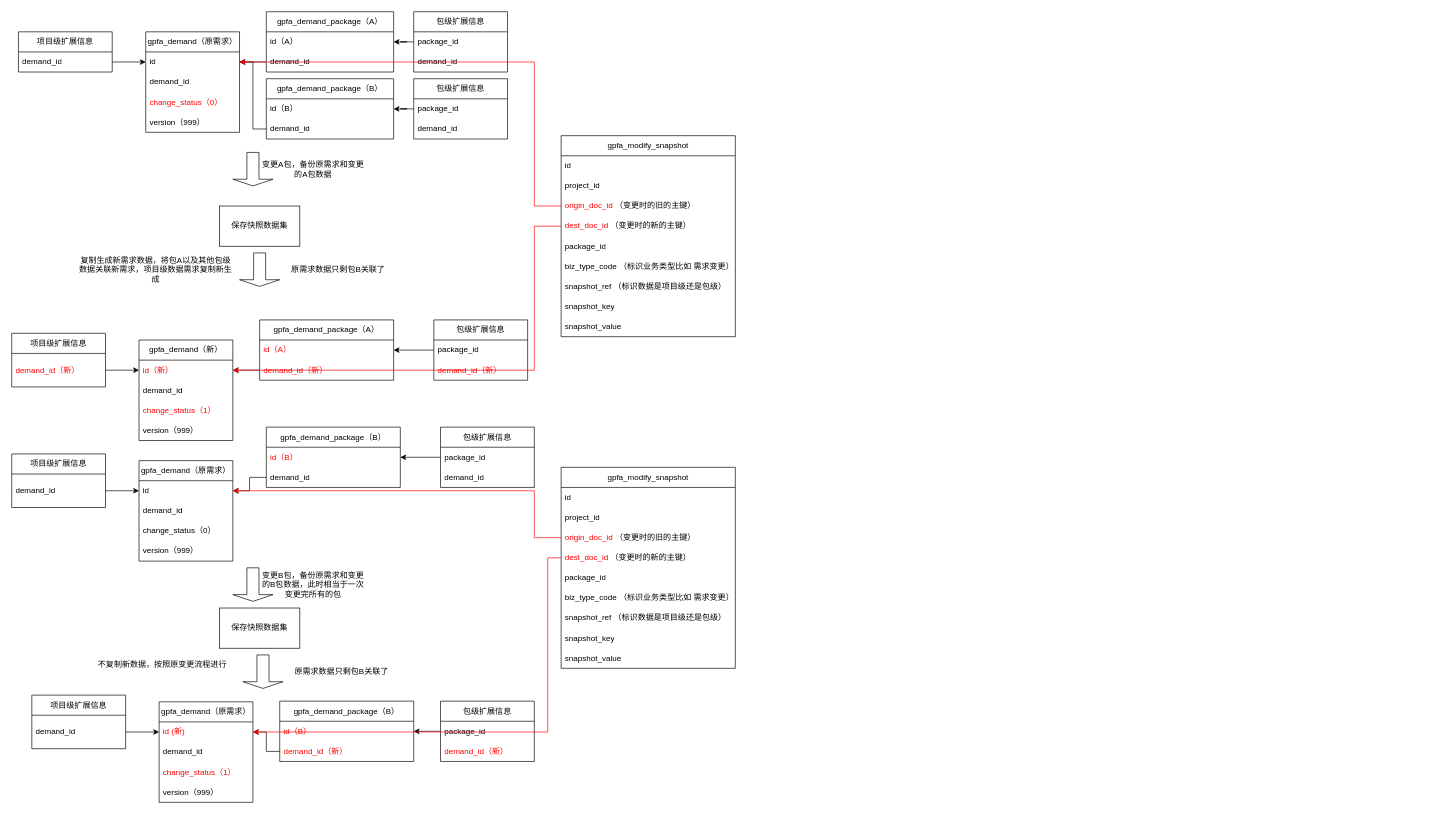
dernight1/draw.io keeps this draw.io diagram as open_modify.drawio. Above is the earlier version. Source tidied: cells renumbered, new cells numbered last; positions are measured from the earlier drawing's top-left corner, leaving out a move shared by most shapes. Both pictures are drawn from the tidied source at 67%, with x=0, y=0 at pixel (11, 11).
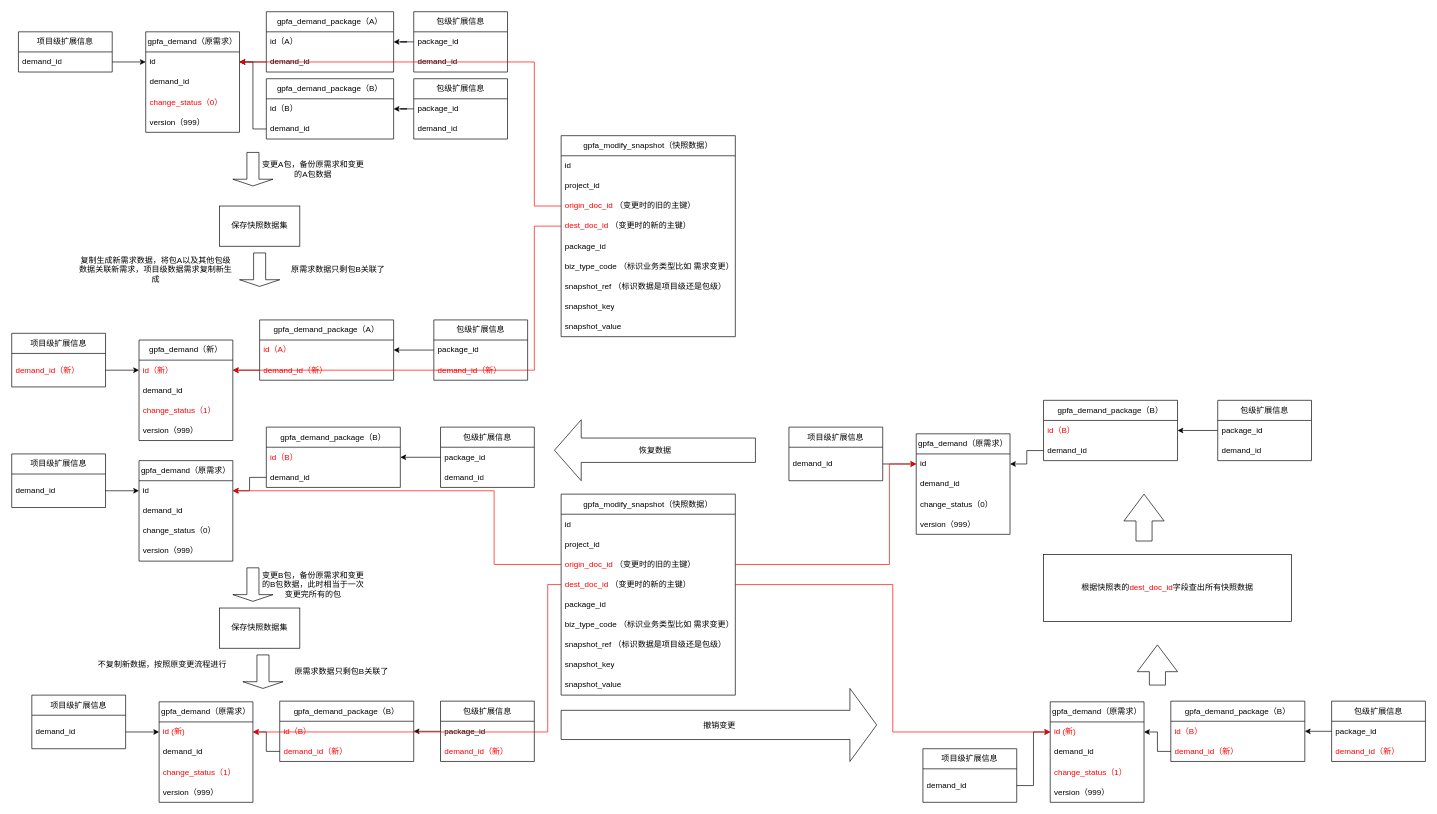
After the change.

The change refers to these unchanged cells:
```xml
<mxCell id="43" value="id" style="text;strokeColor=none;fillColor=none;align=left;verticalAlign=middle;spacingLeft=4;spacingRight=4;overflow=hidden;points=[[0,0.5],[1,0.5]];portConstraint=eastwest;whiteSpace=wrap;html=1;" parent="42" vertex="1">
  <mxGeometry y="30" width="140" height="30" as="geometry" />
</mxCell>
<mxCell id="66" value="&lt;font color=&quot;#ff0000&quot;&gt;id (新)&lt;/font&gt;" style="text;strokeColor=none;fillColor=none;align=left;verticalAlign=middle;spacingLeft=4;spacingRight=4;overflow=hidden;points=[[0,0.5],[1,0.5]];portConstraint=eastwest;whiteSpace=wrap;html=1;" parent="65" vertex="1">
  <mxGeometry y="30" width="140" height="30" as="geometry" />
</mxCell>
<mxCell id="100" value="&lt;font color=&quot;#ff0000&quot;&gt;origin_doc_id&lt;/font&gt; （变更时的旧的主键）" style="text;strokeColor=none;fillColor=none;align=left;verticalAlign=middle;spacingLeft=4;spacingRight=4;overflow=hidden;points=[[0,0.5],[1,0.5]];portConstraint=eastwest;whiteSpace=wrap;html=1;" parent="97" vertex="1">
  <mxGeometry y="90" width="260" height="30" as="geometry" />
</mxCell>
<mxCell id="101" value="&lt;font color=&quot;#ff0000&quot;&gt;dest_doc_id&lt;/font&gt; （变更时的新的主键）" style="text;strokeColor=none;fillColor=none;align=left;verticalAlign=middle;spacingLeft=4;spacingRight=4;overflow=hidden;points=[[0,0.5],[1,0.5]];portConstraint=eastwest;whiteSpace=wrap;html=1;" parent="97" vertex="1">
  <mxGeometry y="120" width="260" height="30" as="geometry" />
</mxCell>
```

Change to the diagram source:
```diff
@@
-    <mxCell id="84" value="gpfa_modify_snapshot" style="swimlane;fontStyle=0;horizontal=1;startSize=30;whiteSpace=wrap;html=1;" parent="1" vertex="1">
+    <mxCell id="84" value="gpfa_modify_snapshot（快照数据）" style="swimlane;fontStyle=0;horizontal=1;startSize=30;whiteSpace=wrap;html=1;" parent="1" vertex="1">
       <mxGeometry x="820" y="185" width="260" height="300" as="geometry" />
     </mxCell>
@@
-    <mxCell id="97" value="gpfa_modify_snapshot" style="swimlane;fontStyle=0;horizontal=1;startSize=30;whiteSpace=wrap;html=1;" parent="1" vertex="1">
-      <mxGeometry x="820" y="680" width="260" height="300" as="geometry" />
+    <mxCell id="97" value="gpfa_modify_snapshot（快照数据）" style="swimlane;fontStyle=0;horizontal=1;startSize=30;whiteSpace=wrap;html=1;" parent="1" vertex="1">
+      <mxGeometry x="820" y="720" width="260" height="300" as="geometry" />
     </mxCell>
@@
+    <mxCell id="109" style="edgeStyle=orthogonalEdgeStyle;rounded=0;jettySize=auto;html=1;exitX=0;exitY=0.5;exitDx=0;exitDy=0;entryX=1;entryY=0.5;entryDx=0;entryDy=0;strokeColor=#ff0000;" parent="1" edge="1" source="101" target="66">
+      <mxGeometry relative="1" as="geometry">
+        <Array as="points">
+          <mxPoint x="800" y="855" />
+          <mxPoint x="800" y="1075" />
+        </Array>
+      </mxGeometry>
+    </mxCell>
+    <mxCell id="110" value="撤销变更" style="html=1;shadow=0;dashed=0;align=center;verticalAlign=middle;shape=mxgraph.arrows2.arrow;dy=0.6;dx=40;notch=0;" parent="1" vertex="1">
+      <mxGeometry x="820" y="1010" width="471" height="109" as="geometry" />
+    </mxCell>
+    <mxCell id="111" value="gpfa_demand（原需求）" style="swimlane;fontStyle=0;horizontal=1;startSize=30;whiteSpace=wrap;html=1;" parent="1" vertex="1">
+      <mxGeometry x="1550" y="1030" width="140" height="150" as="geometry" />
+    </mxCell>
+    <mxCell id="112" value="&lt;font color=&quot;#ff0000&quot;&gt;id (新)&lt;/font&gt;" style="text;strokeColor=none;fillColor=none;align=left;verticalAlign=middle;spacingLeft=4;spacingRight=4;overflow=hidden;points=[[0,0.5],[1,0.5]];portConstraint=eastwest;whiteSpace=wrap;html=1;" parent="111" vertex="1">
+      <mxGeometry y="30" width="140" height="30" as="geometry" />
+    </mxCell>
+    <mxCell id="113" value="&lt;div&gt;demand_id&lt;/div&gt;" style="text;strokeColor=none;fillColor=none;align=left;verticalAlign=middle;spacingLeft=4;spacingRight=4;overflow=hidden;whiteSpace=wrap;html=1;" parent="111" vertex="1">
+      <mxGeometry y="60" width="140" height="30" as="geometry" />
+    </mxCell>
+    <mxCell id="114" value="&lt;font color=&quot;#ff0000&quot;&gt;change_status（1）&lt;/font&gt;" style="text;strokeColor=none;fillColor=none;align=left;verticalAlign=middle;spacingLeft=4;spacingRight=4;overflow=hidden;whiteSpace=wrap;html=1;" parent="111" vertex="1">
+      <mxGeometry y="90" width="140" height="30" as="geometry" />
+    </mxCell>
+    <mxCell id="115" value="version（999）" style="text;strokeColor=none;fillColor=none;align=left;verticalAlign=middle;spacingLeft=4;spacingRight=4;overflow=hidden;whiteSpace=wrap;html=1;" parent="111" vertex="1">
+      <mxGeometry y="120" width="140" height="30" as="geometry" />
+    </mxCell>
+    <mxCell id="116" value="gpfa_demand_package（B）" style="swimlane;fontStyle=0;horizontal=1;startSize=30;whiteSpace=wrap;html=1;" parent="1" vertex="1">
+      <mxGeometry x="1730" y="1029" width="200" height="90" as="geometry" />
+    </mxCell>
+    <mxCell id="117" value="&lt;font color=&quot;#ff0000&quot;&gt;id（B）&lt;/font&gt;" style="text;strokeColor=none;fillColor=none;align=left;verticalAlign=middle;spacingLeft=4;spacingRight=4;overflow=hidden;points=[[0,0.5],[1,0.5]];portConstraint=eastwest;whiteSpace=wrap;html=1;" parent="116" vertex="1">
+      <mxGeometry y="30" width="200" height="30" as="geometry" />
+    </mxCell>
+    <mxCell id="118" value="&lt;div&gt;&lt;font color=&quot;#ff0000&quot;&gt;demand_id（新）&lt;/font&gt;&lt;/div&gt;" style="text;strokeColor=none;fillColor=none;align=left;verticalAlign=middle;spacingLeft=4;spacingRight=4;overflow=hidden;points=[[0,0.5],[1,0.5]];portConstraint=eastwest;whiteSpace=wrap;html=1;" parent="116" vertex="1">
+      <mxGeometry y="60" width="200" height="30" as="geometry" />
+    </mxCell>
+    <mxCell id="119" value="包级扩展信息" style="swimlane;fontStyle=0;horizontal=1;startSize=30;whiteSpace=wrap;html=1;" parent="1" vertex="1">
+      <mxGeometry x="1970" y="1029" width="140" height="90" as="geometry" />
+    </mxCell>
+    <mxCell id="120" value="package_id" style="text;strokeColor=none;fillColor=none;align=left;verticalAlign=middle;spacingLeft=4;spacingRight=4;overflow=hidden;points=[[0,0.5],[1,0.5]];portConstraint=eastwest;whiteSpace=wrap;html=1;" parent="119" vertex="1">
+      <mxGeometry y="30" width="140" height="30" as="geometry" />
+    </mxCell>
+    <mxCell id="121" value="&lt;div&gt;&lt;font color=&quot;#ff0000&quot;&gt;demand_id（新）&lt;/font&gt;&lt;/div&gt;" style="text;strokeColor=none;fillColor=none;align=left;verticalAlign=middle;spacingLeft=4;spacingRight=4;overflow=hidden;whiteSpace=wrap;html=1;" parent="119" vertex="1">
+      <mxGeometry y="60" width="140" height="30" as="geometry" />
+    </mxCell>
+    <mxCell id="122" value="项目级扩展信息" style="swimlane;fontStyle=0;horizontal=1;startSize=30;whiteSpace=wrap;html=1;" parent="1" vertex="1">
+      <mxGeometry x="1360" y="1100" width="140" height="80" as="geometry" />
+    </mxCell>
+    <mxCell id="123" value="&lt;div&gt;demand_id&lt;/div&gt;" style="text;strokeColor=none;fillColor=none;align=left;verticalAlign=middle;spacingLeft=4;spacingRight=4;overflow=hidden;points=[[0,0.5],[1,0.5]];portConstraint=eastwest;whiteSpace=wrap;html=1;" parent="122" vertex="1">
+      <mxGeometry y="30" width="140" height="50" as="geometry" />
+    </mxCell>
+    <mxCell id="124" style="edgeStyle=orthogonalEdgeStyle;rounded=0;jettySize=auto;html=1;" parent="1" edge="1" source="123" target="112">
+      <mxGeometry relative="1" as="geometry" />
+    </mxCell>
+    <mxCell id="125" style="edgeStyle=orthogonalEdgeStyle;rounded=0;jettySize=auto;html=1;entryX=1;entryY=0.5;entryDx=0;entryDy=0;" parent="1" edge="1" source="118" target="112">
+      <mxGeometry relative="1" as="geometry" />
+    </mxCell>
+    <mxCell id="126" style="edgeStyle=orthogonalEdgeStyle;rounded=0;jettySize=auto;html=1;" parent="1" edge="1" source="120" target="117">
+      <mxGeometry relative="1" as="geometry" />
+    </mxCell>
+    <mxCell id="127" value="根据快照表的&lt;font color=&quot;#ff0000&quot;&gt;dest_doc_id&lt;/font&gt;字段查出所有快照数据" style="rounded=0;whiteSpace=wrap;html=1;" parent="1" vertex="1">
+      <mxGeometry x="1540" y="810" width="370" height="100" as="geometry" />
+    </mxCell>
+    <mxCell id="128" value="gpfa_demand（原需求）" style="swimlane;fontStyle=0;horizontal=1;startSize=30;whiteSpace=wrap;html=1;" parent="1" vertex="1">
+      <mxGeometry x="1350" y="630" width="140" height="150" as="geometry" />
+    </mxCell>
+    <mxCell id="129" value="id" style="text;strokeColor=none;fillColor=none;align=left;verticalAlign=middle;spacingLeft=4;spacingRight=4;overflow=hidden;points=[[0,0.5],[1,0.5]];portConstraint=eastwest;whiteSpace=wrap;html=1;" parent="128" vertex="1">
+      <mxGeometry y="30" width="140" height="30" as="geometry" />
+    </mxCell>
+    <mxCell id="130" value="&lt;div&gt;demand_id&lt;/div&gt;" style="text;strokeColor=none;fillColor=none;align=left;verticalAlign=middle;spacingLeft=4;spacingRight=4;overflow=hidden;whiteSpace=wrap;html=1;" parent="128" vertex="1">
+      <mxGeometry y="60" width="140" height="30" as="geometry" />
+    </mxCell>
+    <mxCell id="131" value="change_status（0）" style="text;strokeColor=none;fillColor=none;align=left;verticalAlign=middle;spacingLeft=4;spacingRight=4;overflow=hidden;whiteSpace=wrap;html=1;" parent="128" vertex="1">
+      <mxGeometry y="90" width="140" height="30" as="geometry" />
+    </mxCell>
+    <mxCell id="132" value="version（999）" style="text;strokeColor=none;fillColor=none;align=left;verticalAlign=middle;spacingLeft=4;spacingRight=4;overflow=hidden;whiteSpace=wrap;html=1;" parent="128" vertex="1">
+      <mxGeometry y="120" width="140" height="30" as="geometry" />
+    </mxCell>
+    <mxCell id="133" value="gpfa_demand_package（B）" style="swimlane;fontStyle=0;horizontal=1;startSize=30;whiteSpace=wrap;html=1;" parent="1" vertex="1">
+      <mxGeometry x="1540" y="580" width="200" height="90" as="geometry" />
+    </mxCell>
+    <mxCell id="134" value="&lt;font color=&quot;#ff0000&quot;&gt;id（B）&lt;/font&gt;" style="text;strokeColor=none;fillColor=none;align=left;verticalAlign=middle;spacingLeft=4;spacingRight=4;overflow=hidden;points=[[0,0.5],[1,0.5]];portConstraint=eastwest;whiteSpace=wrap;html=1;" parent="133" vertex="1">
+      <mxGeometry y="30" width="200" height="30" as="geometry" />
+    </mxCell>
+    <mxCell id="135" value="&lt;div&gt;demand_id&lt;/div&gt;" style="text;strokeColor=none;fillColor=none;align=left;verticalAlign=middle;spacingLeft=4;spacingRight=4;overflow=hidden;points=[[0,0.5],[1,0.5]];portConstraint=eastwest;whiteSpace=wrap;html=1;" parent="133" vertex="1">
+      <mxGeometry y="60" width="200" height="30" as="geometry" />
+    </mxCell>
+    <mxCell id="136" value="包级扩展信息" style="swimlane;fontStyle=0;horizontal=1;startSize=30;whiteSpace=wrap;html=1;" parent="1" vertex="1">
+      <mxGeometry x="1800" y="580" width="140" height="90" as="geometry" />
+    </mxCell>
+    <mxCell id="137" value="package_id" style="text;strokeColor=none;fillColor=none;align=left;verticalAlign=middle;spacingLeft=4;spacingRight=4;overflow=hidden;points=[[0,0.5],[1,0.5]];portConstraint=eastwest;whiteSpace=wrap;html=1;" parent="136" vertex="1">
+      <mxGeometry y="30" width="140" height="30" as="geometry" />
+    </mxCell>
+    <mxCell id="138" value="&lt;div&gt;demand_id&lt;/div&gt;" style="text;strokeColor=none;fillColor=none;align=left;verticalAlign=middle;spacingLeft=4;spacingRight=4;overflow=hidden;whiteSpace=wrap;html=1;" parent="136" vertex="1">
+      <mxGeometry y="60" width="140" height="30" as="geometry" />
+    </mxCell>
+    <mxCell id="139" value="项目级扩展信息" style="swimlane;fontStyle=0;horizontal=1;startSize=30;whiteSpace=wrap;html=1;" parent="1" vertex="1">
+      <mxGeometry x="1160" y="620" width="140" height="80" as="geometry" />
+    </mxCell>
+    <mxCell id="140" value="&lt;div&gt;demand_id&lt;/div&gt;" style="text;strokeColor=none;fillColor=none;align=left;verticalAlign=middle;spacingLeft=4;spacingRight=4;overflow=hidden;points=[[0,0.5],[1,0.5]];portConstraint=eastwest;whiteSpace=wrap;html=1;" parent="139" vertex="1">
+      <mxGeometry y="30" width="140" height="50" as="geometry" />
+    </mxCell>
+    <mxCell id="141" style="edgeStyle=orthogonalEdgeStyle;rounded=0;jettySize=auto;html=1;" parent="1" edge="1" source="140" target="129">
+      <mxGeometry relative="1" as="geometry" />
+    </mxCell>
+    <mxCell id="142" style="edgeStyle=orthogonalEdgeStyle;rounded=0;jettySize=auto;html=1;entryX=1;entryY=0.5;entryDx=0;entryDy=0;" parent="1" edge="1" source="135" target="129">
+      <mxGeometry relative="1" as="geometry" />
+    </mxCell>
+    <mxCell id="143" style="edgeStyle=orthogonalEdgeStyle;rounded=0;jettySize=auto;html=1;" parent="1" edge="1" source="137" target="134">
+      <mxGeometry relative="1" as="geometry" />
+    </mxCell>
+    <mxCell id="144" value="恢复数据" style="html=1;shadow=0;dashed=0;align=center;verticalAlign=middle;shape=mxgraph.arrows2.arrow;dy=0.6;dx=40;flipH=1;notch=0;" parent="1" vertex="1">
+      <mxGeometry x="810" y="609" width="300" height="91" as="geometry" />
+    </mxCell>
     <mxCell id="108" style="edgeStyle=orthogonalEdgeStyle;rounded=0;jettySize=auto;html=1;exitX=0;exitY=0.5;exitDx=0;exitDy=0;entryX=1;entryY=0.5;entryDx=0;entryDy=0;strokeColor=#ff0000;" parent="1" edge="1" source="100" target="43">
       <mxGeometry relative="1" as="geometry">
         <Array as="points">
-          <mxPoint x="780" y="785" />
-          <mxPoint x="780" y="715" />
+          <mxPoint x="720" y="825" />
+          <mxPoint x="720" y="715" />
         </Array>
       </mxGeometry>
     </mxCell>
-    <mxCell id="109" style="edgeStyle=orthogonalEdgeStyle;rounded=0;jettySize=auto;html=1;exitX=0;exitY=0.5;exitDx=0;exitDy=0;entryX=1;entryY=0.5;entryDx=0;entryDy=0;strokeColor=#ff0000;" parent="1" edge="1" source="101" target="66">
-      <mxGeometry relative="1" as="geometry">
-        <Array as="points">
-          <mxPoint x="800" y="815" />
-          <mxPoint x="800" y="1075" />
-        </Array>
-      </mxGeometry>
-    </mxCell>
+    <mxCell id="145" style="html=1;shadow=0;dashed=0;align=center;verticalAlign=middle;shape=mxgraph.arrows2.arrow;dy=0.6;dx=40;direction=north;notch=0;" parent="1" vertex="1">
+      <mxGeometry x="1680" y="945" width="60" height="60" as="geometry" />
+    </mxCell>
+    <mxCell id="146" style="html=1;shadow=0;dashed=0;align=center;verticalAlign=middle;shape=mxgraph.arrows2.arrow;dy=0.6;dx=40;direction=north;notch=0;" parent="1" vertex="1">
+      <mxGeometry x="1660" y="720" width="60" height="70" as="geometry" />
+    </mxCell>
+    <mxCell id="147" style="edgeStyle=orthogonalEdgeStyle;rounded=0;jettySize=auto;html=1;exitX=1;exitY=0.5;exitDx=0;exitDy=0;entryX=0;entryY=0.5;entryDx=0;entryDy=0;strokeColor=#ff0000;" parent="1" edge="1" source="100" target="129">
+      <mxGeometry relative="1" as="geometry">
+        <Array as="points">
+          <mxPoint x="1310" y="825" />
+          <mxPoint x="1310" y="675" />
+        </Array>
+      </mxGeometry>
+    </mxCell>
+    <mxCell id="148" style="edgeStyle=orthogonalEdgeStyle;rounded=0;jettySize=auto;html=1;exitX=1;exitY=0.5;exitDx=0;exitDy=0;entryX=0;entryY=0.5;entryDx=0;entryDy=0;strokeColor=#ff0000;" parent="1" edge="1" source="101" target="112">
+      <mxGeometry relative="1" as="geometry" />
+    </mxCell>
```
